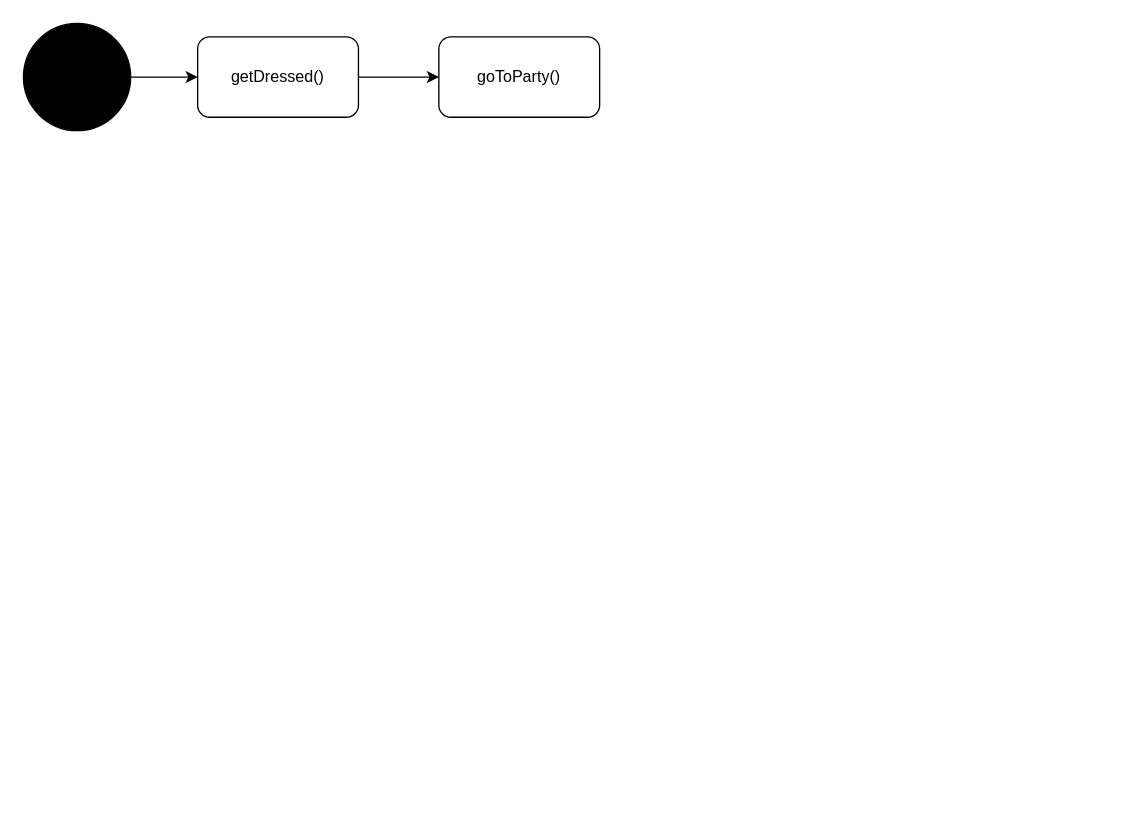
Before: AufgabeParty.drawio in Gashunk/UML-Klassendiagramme, a draw.io diagram. Source tidied: cells renumbered, new cells numbered last; positions are measured from the earlier drawing's top-left corner, leaving out a move shared by most shapes. Both pictures are drawn from the tidied source at 134%, with x=0, y=0 at pixel (23, 23).
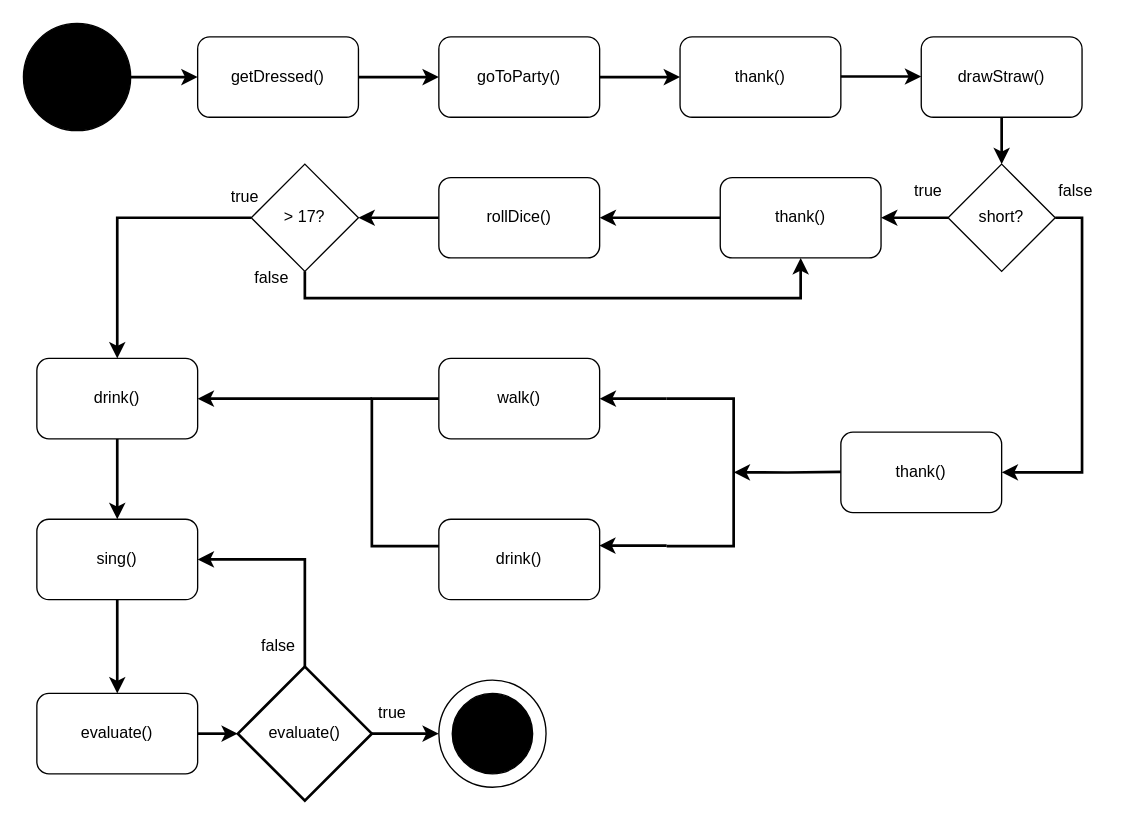
After the change.

Unchanged cells that the change refers to:
```xml
<mxCell id="2" style="ellipse;whiteSpace=wrap;html=1;strokeColor=#000000;fillColor=#000000;" parent="1" vertex="1">
  <mxGeometry width="80" height="80" as="geometry" />
</mxCell>
<mxCell id="4" value="getDressed()" style="rounded=1;whiteSpace=wrap;html=1;strokeColor=#000000;fillColor=#FFFFFF;" parent="1" vertex="1">
  <mxGeometry x="130" y="10" width="120" height="60" as="geometry" />
</mxCell>
<mxCell id="6" value="&lt;div&gt;goToParty()&lt;/div&gt;" style="rounded=1;whiteSpace=wrap;html=1;strokeColor=#000000;fillColor=#FFFFFF;" parent="1" vertex="1">
  <mxGeometry x="310" y="10" width="120" height="60" as="geometry" />
</mxCell>
```

Diff of the diagram source:
```diff
@@
-    <mxCell id="3" style="edgeStyle=orthogonalEdgeStyle;rounded=0;jettySize=auto;html=1;exitX=1;exitY=0.5;exitDx=0;exitDy=0;" parent="1" edge="1" source="4" target="6">
+    <mxCell id="3" style="edgeStyle=orthogonalEdgeStyle;rounded=0;jettySize=auto;html=1;exitX=1;exitY=0.5;exitDx=0;exitDy=0;strokeWidth=2;" parent="1" edge="1" source="4" target="6">
       <mxGeometry relative="1" as="geometry" />
     </mxCell>
@@
-    <mxCell id="5" style="endArrow=classic;html=1;rounded=0;exitX=1;exitY=0.5;exitDx=0;exitDy=0;entryX=0;entryY=0.5;entryDx=0;entryDy=0;" parent="1" edge="1" source="2" target="4">
+    <mxCell id="5" style="endArrow=classic;html=1;rounded=0;exitX=1;exitY=0.5;exitDx=0;exitDy=0;entryX=0;entryY=0.5;entryDx=0;entryDy=0;strokeWidth=2;" parent="1" edge="1" source="2" target="4">
       <mxGeometry relative="1" as="geometry" />
     </mxCell>
+    <mxCell id="7" style="edgeStyle=orthogonalEdgeStyle;rounded=0;jettySize=auto;html=1;exitX=1;exitY=0.5;exitDx=0;exitDy=0;entryX=0;entryY=0.5;entryDx=0;entryDy=0;strokeWidth=2;" parent="1" edge="1" source="6" target="8">
+      <mxGeometry relative="1" as="geometry">
+        <Array as="points">
+          <mxPoint x="460" y="40" />
+          <mxPoint x="460" y="40" />
+        </Array>
+      </mxGeometry>
+    </mxCell>
@@
+    <mxCell id="8" value="thank()" style="rounded=1;whiteSpace=wrap;html=1;strokeColor=#000000;fillColor=#FFFFFF;" parent="1" vertex="1">
+      <mxGeometry x="490" y="10" width="120" height="60" as="geometry" />
+    </mxCell>
+    <mxCell id="9" style="edgeStyle=orthogonalEdgeStyle;rounded=0;jettySize=auto;html=1;exitX=0;exitY=0.5;exitDx=0;exitDy=0;entryX=1;entryY=0.5;entryDx=0;entryDy=0;strokeWidth=2;startArrow=none;fontStyle=1;" parent="1" edge="1" source="31" target="14">
+      <mxGeometry relative="1" as="geometry" />
+    </mxCell>
+    <mxCell id="10" style="edgeStyle=orthogonalEdgeStyle;rounded=0;jettySize=auto;html=1;exitX=1;exitY=0.5;exitDx=0;exitDy=0;entryX=1;entryY=0.5;entryDx=0;entryDy=0;shadow=0;strokeColor=default;targetPerimeterSpacing=0;fillColor=#000000;strokeWidth=2;" parent="1" edge="1" source="11" target="30">
+      <mxGeometry relative="1" as="geometry" />
+    </mxCell>
+    <mxCell id="11" value="short?" style="rhombus;whiteSpace=wrap;html=1;strokeColor=#000000;fillColor=#FFFFFF;" parent="1" vertex="1">
+      <mxGeometry x="690" y="105" width="80" height="80" as="geometry" />
+    </mxCell>
+    <mxCell id="12" style="strokeWidth=2;html=1;shape=mxgraph.flowchart.annotation_1;align=left;strokeColor=#000000;fillColor=#FFFFFF;rotation=-180;" parent="1" vertex="1">
+      <mxGeometry x="480" y="280" width="50" height="110" as="geometry" />
+    </mxCell>
+    <mxCell id="13" style="edgeStyle=orthogonalEdgeStyle;rounded=0;jettySize=auto;html=1;exitX=0;exitY=0.5;exitDx=0;exitDy=0;entryX=1;entryY=0.5;entryDx=0;entryDy=0;strokeWidth=2;" parent="1" edge="1" source="14" target="17">
+      <mxGeometry relative="1" as="geometry" />
+    </mxCell>
+    <mxCell id="14" value="rollDice()" style="rounded=1;whiteSpace=wrap;html=1;strokeColor=#000000;fillColor=#FFFFFF;" parent="1" vertex="1">
+      <mxGeometry x="310" y="115" width="120" height="60" as="geometry" />
+    </mxCell>
+    <mxCell id="15" style="edgeStyle=orthogonalEdgeStyle;rounded=0;jettySize=auto;html=1;exitX=0.5;exitY=1;exitDx=0;exitDy=0;entryX=0.5;entryY=1;entryDx=0;entryDy=0;strokeWidth=2;" parent="1" edge="1" source="17" target="31">
+      <mxGeometry relative="1" as="geometry" />
+    </mxCell>
+    <mxCell id="16" style="edgeStyle=orthogonalEdgeStyle;rounded=0;jettySize=auto;html=1;exitX=0;exitY=0.5;exitDx=0;exitDy=0;entryX=0.5;entryY=0;entryDx=0;entryDy=0;strokeWidth=2;" parent="1" edge="1" source="17" target="19">
+      <mxGeometry relative="1" as="geometry" />
+    </mxCell>
+    <mxCell id="17" value="&amp;gt; 17?" style="rhombus;whiteSpace=wrap;html=1;strokeColor=#000000;fillColor=#FFFFFF;" parent="1" vertex="1">
+      <mxGeometry x="170" y="105" width="80" height="80" as="geometry" />
+    </mxCell>
+    <mxCell id="18" style="edgeStyle=orthogonalEdgeStyle;rounded=0;sketch=0;jettySize=auto;html=1;exitX=0.5;exitY=1;exitDx=0;exitDy=0;entryX=0.5;entryY=0;entryDx=0;entryDy=0;shadow=0;strokeColor=default;strokeWidth=2;startArrow=none;startFill=0;endArrow=classic;endFill=1;targetPerimeterSpacing=0;fillColor=#000000;" parent="1" edge="1" source="19" target="37">
+      <mxGeometry relative="1" as="geometry" />
+    </mxCell>
+    <mxCell id="19" value="drink()" style="rounded=1;whiteSpace=wrap;html=1;strokeColor=#000000;fillColor=#FFFFFF;" parent="1" vertex="1">
+      <mxGeometry x="10" y="250" width="120" height="60" as="geometry" />
+    </mxCell>
+    <mxCell id="20" value="true" style="text;html=1;align=center;verticalAlign=middle;strokeColor=none;fillColor=none;" parent="1" vertex="1">
+      <mxGeometry x="655" y="110" width="40" height="30" as="geometry" />
+    </mxCell>
+    <mxCell id="21" value="false" style="text;html=1;align=center;verticalAlign=middle;strokeColor=none;fillColor=none;" parent="1" vertex="1">
+      <mxGeometry x="160" y="175" width="50" height="30" as="geometry" />
+    </mxCell>
+    <mxCell id="22" value="walk()" style="rounded=1;whiteSpace=wrap;html=1;strokeColor=#000000;fillColor=#FFFFFF;" parent="1" vertex="1">
+      <mxGeometry x="310" y="250" width="120" height="60" as="geometry" />
+    </mxCell>
+    <mxCell id="23" value="drink()" style="rounded=1;whiteSpace=wrap;html=1;strokeColor=#000000;fillColor=#FFFFFF;" parent="1" vertex="1">
+      <mxGeometry x="310" y="370" width="120" height="60" as="geometry" />
+    </mxCell>
+    <mxCell id="24" style="edgeStyle=orthogonalEdgeStyle;rounded=0;sketch=0;jettySize=auto;html=1;exitX=1;exitY=1;exitDx=0;exitDy=0;exitPerimeter=0;entryX=1;entryY=0.5;entryDx=0;entryDy=0;shadow=0;strokeColor=#000000;targetPerimeterSpacing=0;fillColor=#000000;strokeWidth=2;" parent="1" edge="1" target="22">
+      <mxGeometry relative="1" as="geometry">
+        <mxPoint x="480" y="280" as="sourcePoint" />
+        <Array as="points">
+          <mxPoint x="470" y="280" />
+          <mxPoint x="470" y="280" />
+        </Array>
+      </mxGeometry>
+    </mxCell>
+    <mxCell id="25" style="edgeStyle=orthogonalEdgeStyle;rounded=0;sketch=0;jettySize=auto;html=1;exitX=1;exitY=0;exitDx=0;exitDy=0;exitPerimeter=0;entryX=0.997;entryY=0.328;entryDx=0;entryDy=0;entryPerimeter=0;shadow=0;strokeColor=#000000;targetPerimeterSpacing=0;fillColor=#000000;strokeWidth=2;" parent="1" edge="1" target="23">
+      <mxGeometry relative="1" as="geometry">
+        <mxPoint x="480" y="390" as="sourcePoint" />
+        <Array as="points">
+          <mxPoint x="430" y="390" />
+        </Array>
+      </mxGeometry>
+    </mxCell>
+    <mxCell id="26" value="drawStraw()" style="rounded=1;whiteSpace=wrap;html=1;strokeColor=#000000;fillColor=#FFFFFF;" parent="1" vertex="1">
+      <mxGeometry x="670" y="10" width="120" height="60" as="geometry" />
+    </mxCell>
+    <mxCell id="27" style="edgeStyle=orthogonalEdgeStyle;rounded=0;orthogonalLoop=1;jettySize=auto;html=1;exitX=1;exitY=0.5;exitDx=0;exitDy=0;entryX=0;entryY=0.5;entryDx=0;entryDy=0;strokeWidth=2;" parent="1" edge="1">
+      <mxGeometry relative="1" as="geometry">
+        <mxPoint x="610" y="39.6" as="sourcePoint" />
+        <mxPoint x="670" y="39.6" as="targetPoint" />
+        <Array as="points">
+          <mxPoint x="640" y="39.6" />
+          <mxPoint x="640" y="39.6" />
+        </Array>
+      </mxGeometry>
+    </mxCell>
+    <mxCell id="28" style="edgeStyle=orthogonalEdgeStyle;rounded=0;jettySize=auto;html=1;exitX=0.5;exitY=1;exitDx=0;exitDy=0;entryX=0.5;entryY=0;entryDx=0;entryDy=0;strokeWidth=2;" parent="1" edge="1" source="26" target="11">
+      <mxGeometry relative="1" as="geometry" />
+    </mxCell>
+    <mxCell id="29" value="false" style="text;html=1;align=center;verticalAlign=middle;strokeColor=none;fillColor=none;" parent="1" vertex="1">
+      <mxGeometry x="760" y="110" width="50" height="30" as="geometry" />
+    </mxCell>
+    <mxCell id="30" value="thank()" style="rounded=1;whiteSpace=wrap;html=1;strokeColor=#000000;fillColor=#FFFFFF;" parent="1" vertex="1">
+      <mxGeometry x="610" y="305" width="120" height="60" as="geometry" />
+    </mxCell>
+    <mxCell id="31" value="thank()" style="rounded=1;whiteSpace=wrap;html=1;strokeColor=#000000;fillColor=#FFFFFF;" parent="1" vertex="1">
+      <mxGeometry x="520" y="115" width="120" height="60" as="geometry" />
+    </mxCell>
+    <mxCell id="32" style="edgeStyle=orthogonalEdgeStyle;rounded=0;jettySize=auto;html=1;exitX=0;exitY=0.5;exitDx=0;exitDy=0;entryX=1;entryY=0.5;entryDx=0;entryDy=0;strokeWidth=2;startArrow=none;" parent="1" edge="1" source="11" target="31">
+      <mxGeometry relative="1" as="geometry" />
+    </mxCell>
+    <mxCell id="33" style="edgeStyle=orthogonalEdgeStyle;rounded=0;jettySize=auto;html=1;exitX=0;exitY=0.5;exitDx=0;exitDy=0;entryX=0;entryY=0.5;entryDx=0;entryDy=0;strokeWidth=2;startArrow=none;fontStyle=1;entryPerimeter=0;" parent="1" edge="1" target="12">
+      <mxGeometry relative="1" as="geometry">
+        <mxPoint x="610" y="334.6" as="sourcePoint" />
+      </mxGeometry>
+    </mxCell>
+    <mxCell id="34" style="edgeStyle=orthogonalEdgeStyle;rounded=0;sketch=0;jettySize=auto;html=1;exitX=0;exitY=0;exitDx=0;exitDy=0;exitPerimeter=0;shadow=0;strokeColor=default;strokeWidth=2;startArrow=none;startFill=0;endArrow=classic;endFill=1;targetPerimeterSpacing=0;fillColor=#000000;" parent="1" edge="1" source="35" target="19">
+      <mxGeometry relative="1" as="geometry">
+        <Array as="points">
+          <mxPoint x="220" y="280" />
+          <mxPoint x="220" y="280" />
+        </Array>
+      </mxGeometry>
+    </mxCell>
+    <mxCell id="35" style="strokeWidth=2;html=1;shape=mxgraph.flowchart.annotation_1;align=left;strokeColor=#000000;fillColor=#FFFFFF;" parent="1" vertex="1">
+      <mxGeometry x="260" y="280" width="50" height="110" as="geometry" />
+    </mxCell>
+    <mxCell id="36" style="edgeStyle=orthogonalEdgeStyle;rounded=0;sketch=0;jettySize=auto;html=1;exitX=0.5;exitY=1;exitDx=0;exitDy=0;entryX=0.5;entryY=0;entryDx=0;entryDy=0;shadow=0;strokeColor=default;strokeWidth=2;startArrow=none;startFill=0;endArrow=classic;endFill=1;targetPerimeterSpacing=0;fillColor=#000000;" parent="1" edge="1" source="37" target="42">
+      <mxGeometry relative="1" as="geometry" />
+    </mxCell>
+    <mxCell id="37" value="sing()" style="rounded=1;whiteSpace=wrap;html=1;strokeColor=#000000;fillColor=#FFFFFF;" parent="1" vertex="1">
+      <mxGeometry x="10" y="370" width="120" height="60" as="geometry" />
+    </mxCell>
+    <mxCell id="38" style="edgeStyle=orthogonalEdgeStyle;rounded=0;sketch=0;jettySize=auto;html=1;exitX=0.5;exitY=0;exitDx=0;exitDy=0;exitPerimeter=0;shadow=0;strokeColor=default;strokeWidth=2;startArrow=none;startFill=0;endArrow=classic;endFill=1;targetPerimeterSpacing=0;fillColor=#000000;entryX=1;entryY=0.5;entryDx=0;entryDy=0;" parent="1" edge="1" source="40" target="37">
+      <mxGeometry relative="1" as="geometry" />
+    </mxCell>
+    <mxCell id="39" style="edgeStyle=orthogonalEdgeStyle;rounded=0;sketch=0;jettySize=auto;html=1;exitX=1;exitY=0.5;exitDx=0;exitDy=0;exitPerimeter=0;entryX=0;entryY=0.5;entryDx=0;entryDy=0;shadow=0;strokeColor=default;strokeWidth=2;startArrow=none;startFill=0;endArrow=classic;endFill=1;targetPerimeterSpacing=0;fillColor=#000000;" parent="1" edge="1" source="40" target="44">
+      <mxGeometry relative="1" as="geometry" />
+    </mxCell>
+    <mxCell id="40" value="evaluate()" style="strokeWidth=2;html=1;shape=mxgraph.flowchart.decision;whiteSpace=wrap;strokeColor=#000000;fillColor=#FFFFFF;" parent="1" vertex="1">
+      <mxGeometry x="160" y="480" width="100" height="100" as="geometry" />
+    </mxCell>
+    <mxCell id="41" style="edgeStyle=orthogonalEdgeStyle;rounded=0;sketch=0;jettySize=auto;html=1;exitX=1;exitY=0.5;exitDx=0;exitDy=0;entryX=0;entryY=0.5;entryDx=0;entryDy=0;entryPerimeter=0;shadow=0;strokeColor=default;strokeWidth=2;startArrow=none;startFill=0;endArrow=classic;endFill=1;targetPerimeterSpacing=0;fillColor=#000000;" parent="1" edge="1" source="42" target="40">
+      <mxGeometry relative="1" as="geometry" />
+    </mxCell>
+    <mxCell id="42" value="evaluate()" style="rounded=1;whiteSpace=wrap;html=1;strokeColor=#000000;fillColor=#FFFFFF;" parent="1" vertex="1">
+      <mxGeometry x="10" y="500" width="120" height="60" as="geometry" />
+    </mxCell>
+    <mxCell id="43" value="&lt;div&gt;false&lt;/div&gt;" style="text;html=1;align=center;verticalAlign=middle;strokeColor=none;fillColor=none;" parent="1" vertex="1">
+      <mxGeometry x="165" y="450" width="50" height="30" as="geometry" />
+    </mxCell>
+    <mxCell id="44" style="ellipse;whiteSpace=wrap;html=1;strokeColor=#000000;fillColor=#FFFFFF;" parent="1" vertex="1">
+      <mxGeometry x="310" y="490" width="80" height="80" as="geometry" />
+    </mxCell>
+    <mxCell id="45" style="ellipse;whiteSpace=wrap;html=1;strokeColor=#000000;fillColor=#000000;" parent="1" vertex="1">
+      <mxGeometry x="320" y="500" width="60" height="60" as="geometry" />
+    </mxCell>
+    <mxCell id="46" value="true" style="text;html=1;align=center;verticalAlign=middle;strokeColor=none;fillColor=none;" parent="1" vertex="1">
+      <mxGeometry x="255" y="500" width="40" height="30" as="geometry" />
+    </mxCell>
+    <mxCell id="47" value="true" style="text;html=1;align=center;verticalAlign=middle;strokeColor=none;fillColor=none;" parent="1" vertex="1">
+      <mxGeometry x="145" y="115" width="40" height="30" as="geometry" />
+    </mxCell>
```
